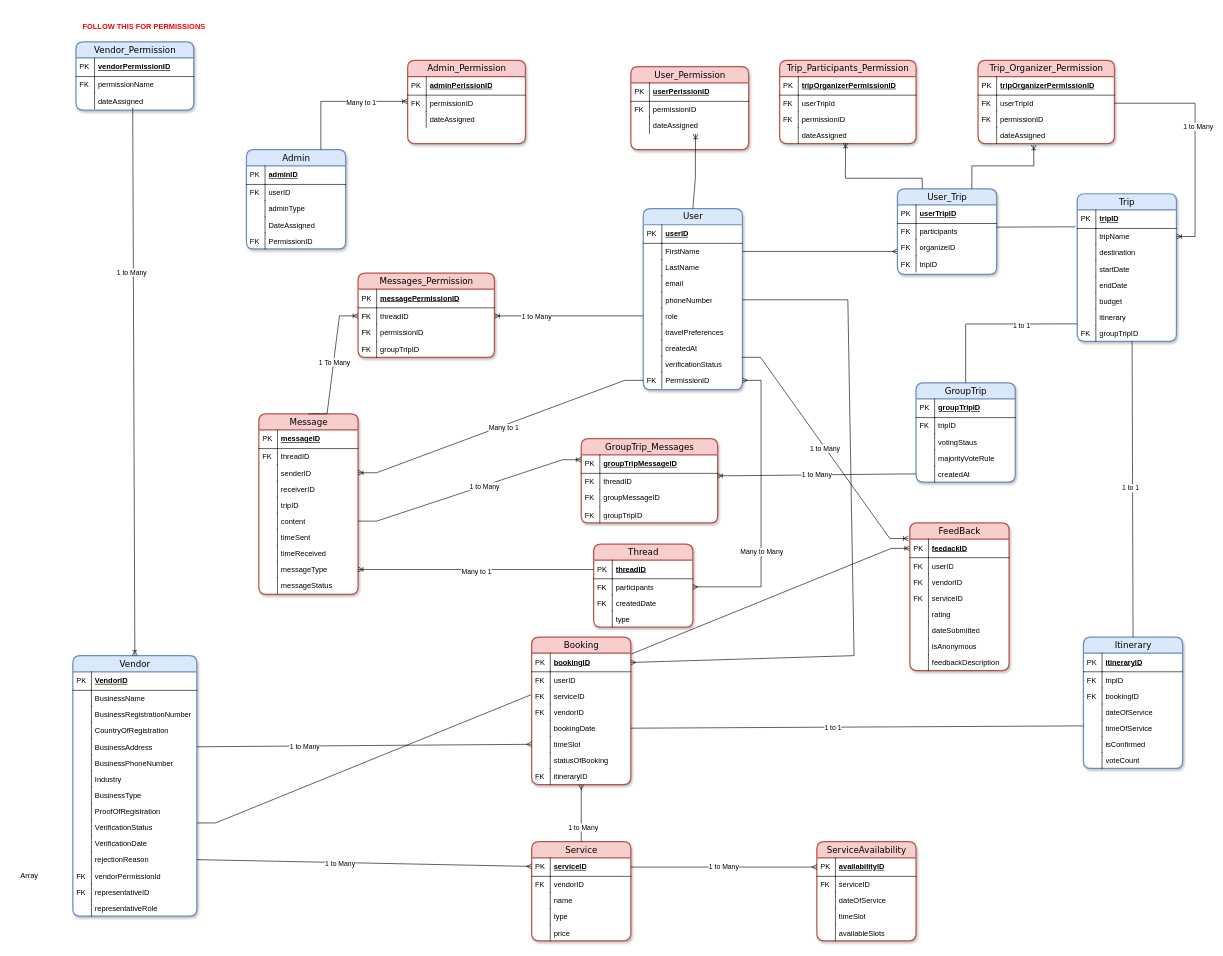
The draw.io diagram SprintCycles/ERDiagram.drawio in AlaishAJohnson/VoyageSyncCapstone, before the edit. Source tidied: cells renumbered, new cells numbered last; positions are measured from the earlier drawing's top-left corner, leaving out a move shared by most shapes. Both pictures are drawn from the tidied source at 62%, with x=0, y=0 at pixel (11, 4).
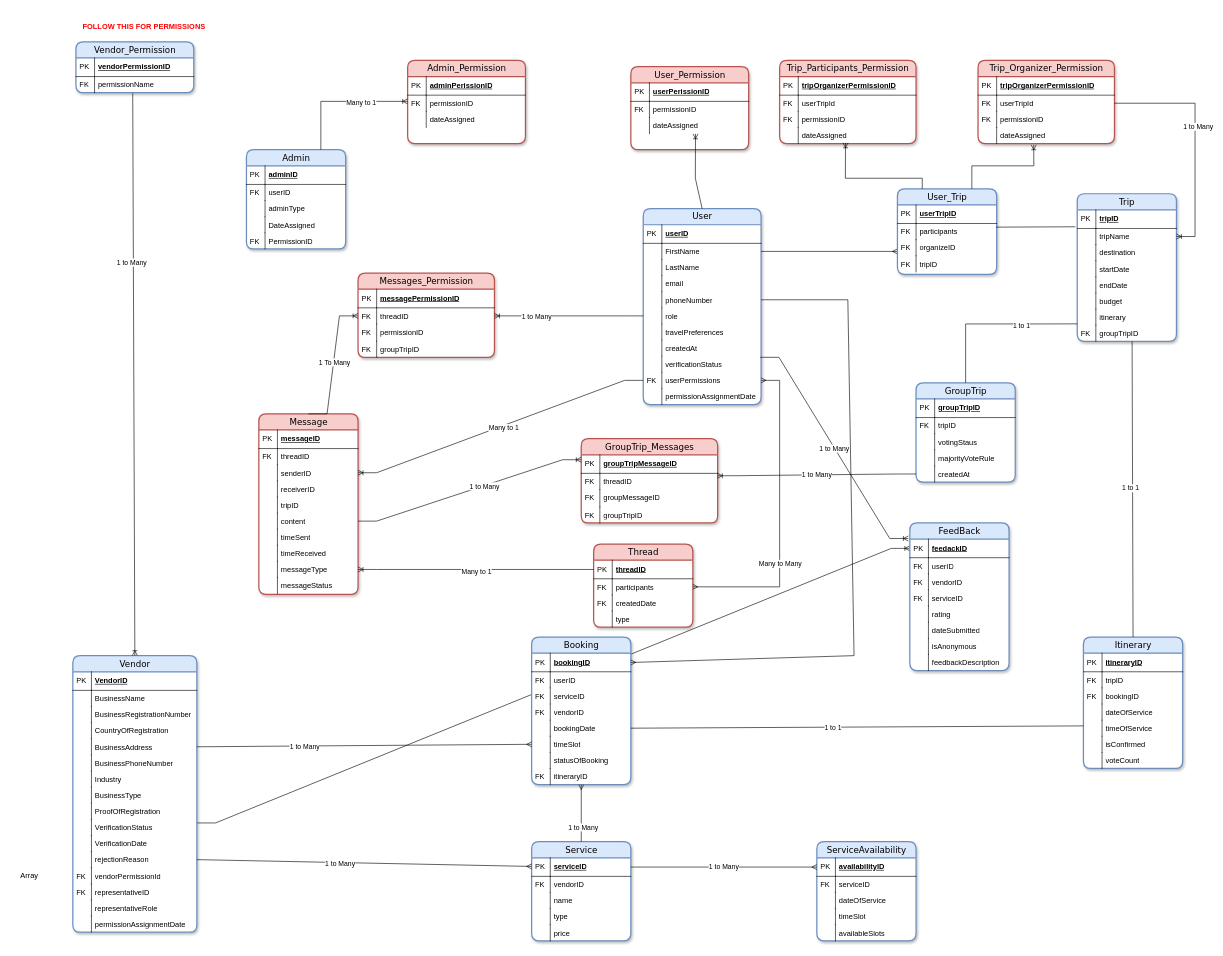
The same diagram, later.

Unchanged cells that the change refers to:
```xml
<mxCell id="214" value="permissionName" style="shape=partialRectangle;top=0;left=0;right=0;bottom=0;html=1;align=left;verticalAlign=top;fillColor=none;spacingLeft=34;spacingRight=4;whiteSpace=wrap;overflow=hidden;points=[[0,0.5],[1,0.5]];portConstraint=eastwest;" parent="211" vertex="1">
  <mxGeometry y="56" width="190" height="26" as="geometry" />
</mxCell>
```

What changed in the source:
```diff
@@
     <mxCell id="4" value="User" style="swimlane;html=1;fontStyle=0;horizontal=1;startSize=26;fillColor=#dae8fc;swimlaneFillColor=default;align=center;rounded=1;shadow=1;comic=0;labelBackgroundColor=none;strokeWidth=2;fontFamily=Verdana;fontSize=14;strokeColor=#6c8ebf;glass=0;" parent="1" vertex="1">
-      <mxGeometry x="1020" y="329" width="160" height="292" as="geometry" />
+      <mxGeometry x="1020" y="329" width="190" height="316" as="geometry" />
     </mxCell>
     <mxCell id="5" value="userID" style="shape=partialRectangle;top=0;left=0;right=0;bottom=1;html=1;align=left;verticalAlign=middle;fillColor=none;spacingLeft=34;spacingRight=4;whiteSpace=wrap;overflow=hidden;fontStyle=5;" parent="4" vertex="1">
-      <mxGeometry y="26" width="160" height="30" as="geometry" />
+      <mxGeometry y="26" width="190" height="30" as="geometry" />
     </mxCell>
@@
     <mxCell id="7" value="FirstName" style="shape=partialRectangle;top=0;left=0;right=0;bottom=0;html=1;align=left;verticalAlign=top;fillColor=none;spacingLeft=34;spacingRight=4;whiteSpace=wrap;overflow=hidden;points=[[0,0.5],[1,0.5]];portConstraint=eastwest;strokeColor=#dbe8fc;" parent="4" vertex="1">
-      <mxGeometry y="56" width="160" height="26" as="geometry" />
+      <mxGeometry y="56" width="190" height="26" as="geometry" />
     </mxCell>
@@
     <mxCell id="9" value="LastName" style="shape=partialRectangle;top=0;left=0;right=0;bottom=0;html=1;align=left;verticalAlign=top;fillColor=none;spacingLeft=34;spacingRight=4;whiteSpace=wrap;overflow=hidden;" parent="4" vertex="1">
-      <mxGeometry y="82" width="160" height="26" as="geometry" />
+      <mxGeometry y="82" width="190" height="26" as="geometry" />
     </mxCell>
@@
     <mxCell id="11" value="email" style="shape=partialRectangle;top=0;left=0;right=0;bottom=0;html=1;align=left;verticalAlign=top;fillColor=none;spacingLeft=34;spacingRight=4;whiteSpace=wrap;overflow=hidden;" parent="4" vertex="1">
-      <mxGeometry y="108" width="160" height="26" as="geometry" />
+      <mxGeometry y="108" width="190" height="26" as="geometry" />
     </mxCell>
@@
     <mxCell id="13" value="phoneNumber" style="shape=partialRectangle;top=0;left=0;right=0;bottom=0;html=1;align=left;verticalAlign=top;fillColor=none;spacingLeft=34;spacingRight=4;whiteSpace=wrap;overflow=hidden;points=[[0,0.5],[1,0.5]];portConstraint=eastwest;" parent="4" vertex="1">
-      <mxGeometry y="134" width="160" height="26" as="geometry" />
+      <mxGeometry y="134" width="190" height="26" as="geometry" />
     </mxCell>
@@
     <mxCell id="15" value="role" style="shape=partialRectangle;top=0;left=0;right=0;bottom=0;html=1;align=left;verticalAlign=top;fillColor=none;spacingLeft=34;spacingRight=4;whiteSpace=wrap;overflow=hidden;points=[[0,0.5],[1,0.5]];portConstraint=eastwest;" parent="4" vertex="1">
-      <mxGeometry y="160" width="160" height="26" as="geometry" />
+      <mxGeometry y="160" width="190" height="26" as="geometry" />
     </mxCell>
@@
     <mxCell id="17" value="travelPreferences" style="shape=partialRectangle;top=0;left=0;right=0;bottom=0;html=1;align=left;verticalAlign=top;fillColor=none;spacingLeft=34;spacingRight=4;whiteSpace=wrap;overflow=hidden;" parent="4" vertex="1">
-      <mxGeometry y="186" width="160" height="26" as="geometry" />
+      <mxGeometry y="186" width="190" height="26" as="geometry" />
     </mxCell>
@@
     <mxCell id="19" value="createdAt" style="shape=partialRectangle;top=0;left=0;right=0;bottom=0;html=1;align=left;verticalAlign=top;fillColor=none;spacingLeft=34;spacingRight=4;whiteSpace=wrap;overflow=hidden;" parent="4" vertex="1">
-      <mxGeometry y="212" width="160" height="26" as="geometry" />
+      <mxGeometry y="212" width="190" height="26" as="geometry" />
     </mxCell>
@@
     <mxCell id="21" value="verificationStatus" style="shape=partialRectangle;top=0;left=0;right=0;bottom=0;html=1;align=left;verticalAlign=top;fillColor=none;spacingLeft=34;spacingRight=4;whiteSpace=wrap;overflow=hidden;points=[[0,0.5],[1,0.5]];portConstraint=eastwest;" parent="4" vertex="1">
-      <mxGeometry y="238" width="160" height="26" as="geometry" />
+      <mxGeometry y="238" width="190" height="26" as="geometry" />
     </mxCell>
@@
-    <mxCell id="23" value="PermissionID" style="shape=partialRectangle;top=0;left=0;right=0;bottom=0;html=1;align=left;verticalAlign=top;fillColor=none;spacingLeft=34;spacingRight=4;whiteSpace=wrap;overflow=hidden;points=[[0,0.5],[1,0.5]];portConstraint=eastwest;" parent="4" vertex="1">
-      <mxGeometry y="264" width="160" height="26" as="geometry" />
+    <mxCell id="23" value="userPermissions" style="shape=partialRectangle;top=0;left=0;right=0;bottom=0;html=1;align=left;verticalAlign=top;fillColor=none;spacingLeft=34;spacingRight=4;whiteSpace=wrap;overflow=hidden;points=[[0,0.5],[1,0.5]];portConstraint=eastwest;" parent="4" vertex="1">
+      <mxGeometry y="264" width="190" height="26" as="geometry" />
     </mxCell>
@@
+    <mxCell id="306" value="permissionAssignmentDate" style="shape=partialRectangle;top=0;left=0;right=0;bottom=0;html=1;align=left;verticalAlign=top;fillColor=none;spacingLeft=34;spacingRight=4;whiteSpace=wrap;overflow=hidden;" parent="4" vertex="1">
+      <mxGeometry y="290" width="190" height="26" as="geometry" />
+    </mxCell>
+    <mxCell id="307" style="shape=partialRectangle;top=0;left=0;bottom=0;html=1;fillColor=none;align=left;verticalAlign=top;spacingLeft=4;spacingRight=4;whiteSpace=wrap;overflow=hidden;" parent="306" vertex="1">
+      <mxGeometry width="30" height="26" as="geometry" />
+    </mxCell>
     <mxCell id="25" value="Vendor" style="swimlane;html=1;fontStyle=0;horizontal=1;startSize=26;fillColor=#dae8fc;swimlaneFillColor=#ffffff;align=center;rounded=1;shadow=1;comic=0;labelBackgroundColor=none;strokeWidth=2;fontFamily=Verdana;fontSize=14;strokeColor=#6c8ebf;" parent="1" vertex="1">
-      <mxGeometry x="100" y="1050" width="200" height="420" as="geometry" />
+      <mxGeometry x="100" y="1050" width="200" height="446" as="geometry" />
     </mxCell>
@@
+    <mxCell id="308" value="permissionAssignmentDate" style="shape=partialRectangle;top=0;left=0;right=0;bottom=0;html=1;align=left;verticalAlign=top;fillColor=none;spacingLeft=34;spacingRight=4;whiteSpace=wrap;overflow=hidden;" parent="25" vertex="1">
+      <mxGeometry y="420" width="200" height="26" as="geometry" />
+    </mxCell>
+    <mxCell id="309" style="shape=partialRectangle;top=0;left=0;bottom=0;html=1;fillColor=none;align=left;verticalAlign=top;spacingLeft=4;spacingRight=4;whiteSpace=wrap;overflow=hidden;" parent="308" vertex="1">
+      <mxGeometry width="30" height="26" as="geometry" />
+    </mxCell>
@@
-    <mxCell id="67" value="Booking" style="swimlane;html=1;fontStyle=0;horizontal=1;startSize=26;fillColor=#f8cecc;swimlaneFillColor=default;align=center;rounded=1;shadow=1;comic=0;labelBackgroundColor=none;strokeWidth=2;fontFamily=Verdana;fontSize=14;strokeColor=#b85450;glass=0;" parent="1" vertex="1">
+    <mxCell id="67" value="Booking" style="swimlane;html=1;fontStyle=0;horizontal=1;startSize=26;fillColor=#dae8fc;swimlaneFillColor=default;align=center;rounded=1;shadow=1;comic=0;labelBackgroundColor=none;strokeWidth=2;fontFamily=Verdana;fontSize=14;strokeColor=#6c8ebf;glass=0;" parent="1" vertex="1">
       <mxGeometry x="840" y="1020" width="160" height="238" as="geometry" />
     </mxCell>
@@
-    <mxCell id="84" value="Service" style="swimlane;html=1;fontStyle=0;horizontal=1;startSize=26;fillColor=#f8cecc;swimlaneFillColor=#ffffff;align=center;rounded=1;shadow=1;comic=0;labelBackgroundColor=none;strokeWidth=2;fontFamily=Verdana;fontSize=14;strokeColor=#b85450;" parent="1" vertex="1">
+    <mxCell id="84" value="Service" style="swimlane;html=1;fontStyle=0;horizontal=1;startSize=26;fillColor=#dae8fc;swimlaneFillColor=#ffffff;align=center;rounded=1;shadow=1;comic=0;labelBackgroundColor=none;strokeWidth=2;fontFamily=Verdana;fontSize=14;strokeColor=#6c8ebf;" parent="1" vertex="1">
       <mxGeometry x="840" y="1350" width="160" height="160" as="geometry" />
     </mxCell>
@@
-    <mxCell id="100" value="ServiceAvailability" style="swimlane;html=1;fontStyle=0;horizontal=1;startSize=26;fillColor=#f8cecc;swimlaneFillColor=#ffffff;align=center;rounded=1;shadow=1;comic=0;labelBackgroundColor=none;strokeWidth=2;fontFamily=Verdana;fontSize=14;strokeColor=#b85450;" parent="1" vertex="1">
+    <mxCell id="100" value="ServiceAvailability" style="swimlane;html=1;fontStyle=0;horizontal=1;startSize=26;fillColor=#dae8fc;swimlaneFillColor=#ffffff;align=center;rounded=1;shadow=1;comic=0;labelBackgroundColor=none;strokeWidth=2;fontFamily=Verdana;fontSize=14;strokeColor=#6c8ebf;" parent="1" vertex="1">
       <mxGeometry x="1300" y="1350" width="160" height="160" as="geometry" />
     </mxCell>
@@
     <mxCell id="211" value="Vendor_Permission" style="swimlane;html=1;fontStyle=0;horizontal=1;startSize=26;fillColor=#dae8fc;swimlaneFillColor=#ffffff;align=center;rounded=1;shadow=1;comic=0;labelBackgroundColor=none;strokeWidth=2;fontFamily=Verdana;fontSize=14;strokeColor=#6c8ebf;" parent="1" vertex="1">
-      <mxGeometry x="105" y="60" width="190" height="110" as="geometry" />
+      <mxGeometry x="105" y="60" width="190" height="82" as="geometry" />
     </mxCell>
@@
-    <mxCell id="216" value="dateAssigned" style="shape=partialRectangle;top=0;left=0;right=0;bottom=0;html=1;align=left;verticalAlign=top;fillColor=none;spacingLeft=34;spacingRight=4;whiteSpace=wrap;overflow=hidden;points=[[0,0.5],[1,0.5]];portConstraint=eastwest;" parent="211" vertex="1">
-      <mxGeometry y="82" width="190" height="26" as="geometry" />
-    </mxCell>
-    <mxCell id="217" style="shape=partialRectangle;top=0;left=0;bottom=0;html=1;fillColor=none;align=left;verticalAlign=top;spacingLeft=4;spacingRight=4;whiteSpace=wrap;overflow=hidden;" parent="216" vertex="1">
-      <mxGeometry width="30" height="26" as="geometry" />
-    </mxCell>
-    <mxCell id="218" style="endArrow=ERoneToMany;html=1;rounded=0;endFill=0;entryX=0.5;entryY=0;entryDx=0;entryDy=0;exitX=0.482;exitY=0.94;exitDx=0;exitDy=0;exitPerimeter=0;" parent="1" edge="1" source="216" target="25">
+    <mxCell id="218" style="endArrow=ERoneToMany;html=1;rounded=0;endFill=0;entryX=0.5;entryY=0;entryDx=0;entryDy=0;exitX=0.482;exitY=1.044;exitDx=0;exitDy=0;exitPerimeter=0;" parent="1" edge="1" source="214" target="25">
       <mxGeometry relative="1" as="geometry" />
     </mxCell>
@@
-    <mxCell id="284" value="FeedBack" style="swimlane;html=1;fontStyle=0;horizontal=1;startSize=26;fillColor=#f8cecc;swimlaneFillColor=#ffffff;align=center;rounded=1;shadow=1;comic=0;labelBackgroundColor=none;strokeWidth=2;fontFamily=Verdana;fontSize=14;strokeColor=#b85450;" parent="1" vertex="1">
+    <mxCell id="284" value="FeedBack" style="swimlane;html=1;fontStyle=0;horizontal=1;startSize=26;fillColor=#dae8fc;swimlaneFillColor=#ffffff;align=center;rounded=1;shadow=1;comic=0;labelBackgroundColor=none;strokeWidth=2;fontFamily=Verdana;fontSize=14;strokeColor=#6c8ebf;" parent="1" vertex="1">
       <mxGeometry x="1450" y="836" width="160" height="238" as="geometry" />
     </mxCell>
```
